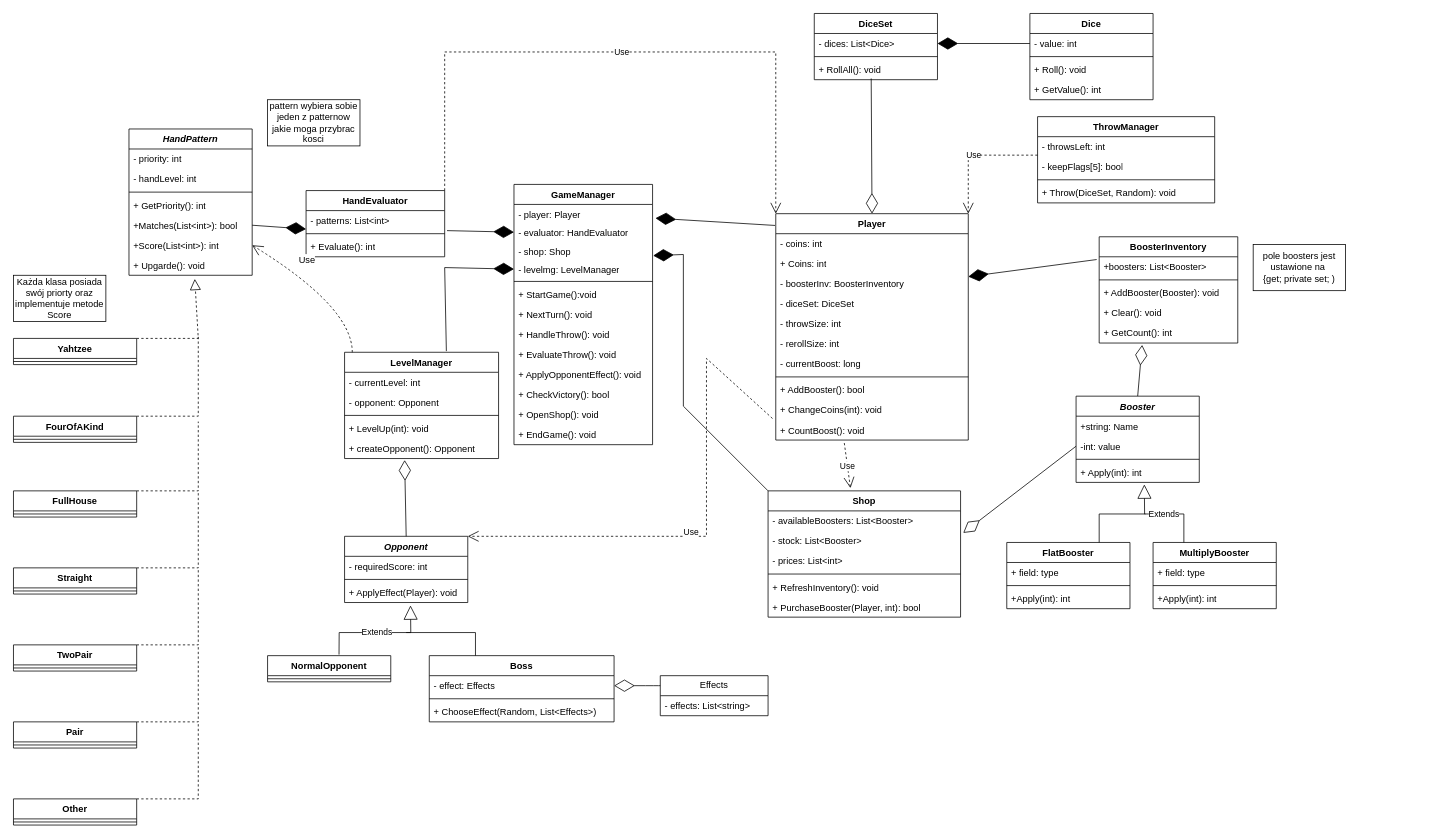
The draw.io diagram DiceGame.drawio in kcprlal/DiceGame, before the edit. Source tidied: cells renumbered, new cells numbered last; positions are measured from the earlier drawing's top-left corner, leaving out a move shared by most shapes. Both pictures are drawn from the tidied source at 77%, with x=0, y=0 at pixel (13, 13).
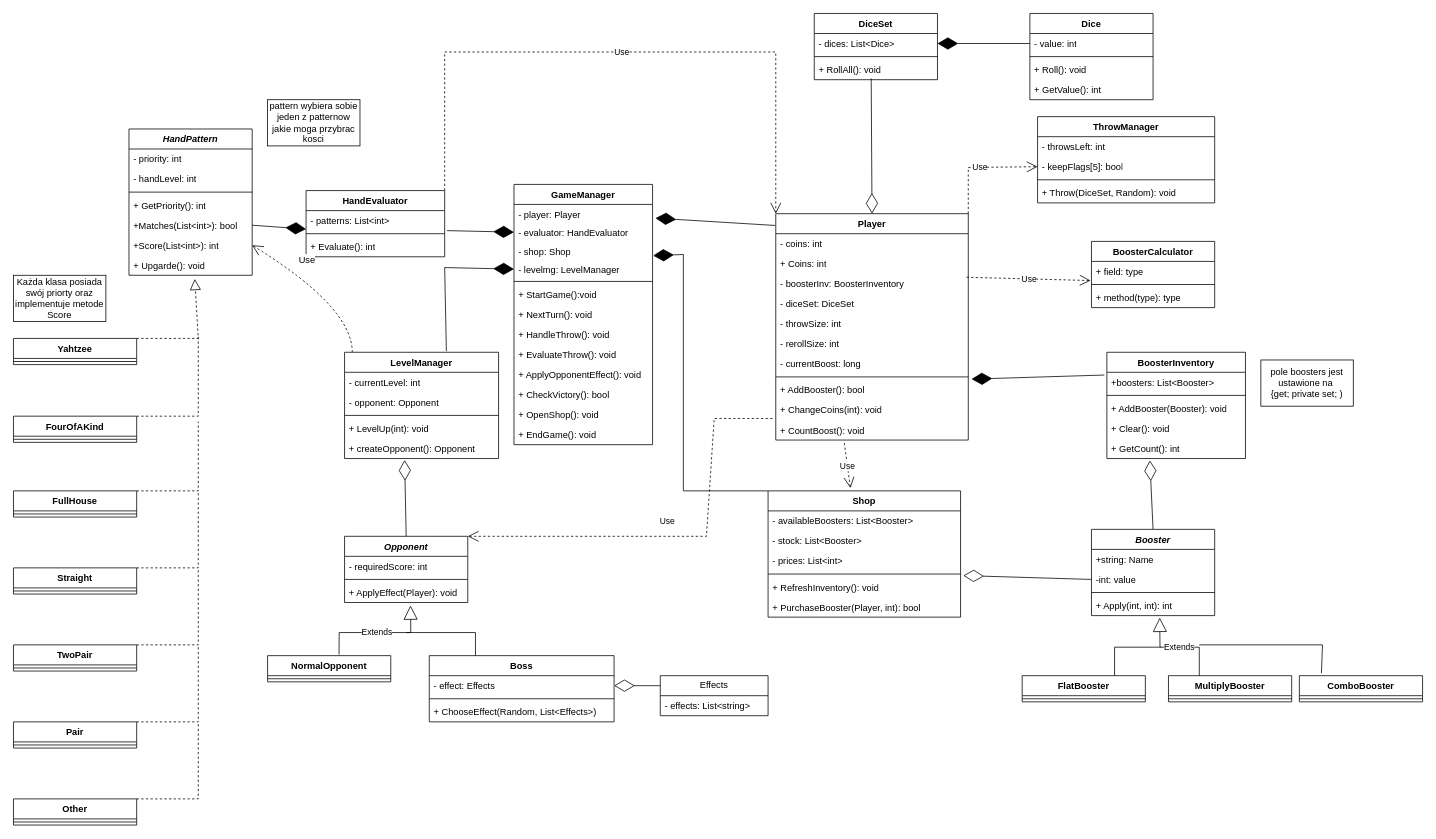
Above is the later version.

The change refers to these unchanged cells:
```xml
<mxCell id="5" value="- shop: Shop" style="text;strokeColor=none;fillColor=none;align=left;verticalAlign=top;spacingLeft=4;spacingRight=4;overflow=hidden;points=[[0,0.5],[1,0.5]];portConstraint=eastwest;whiteSpace=wrap;html=1;" parent="2" vertex="1">
  <mxGeometry y="74" width="180" height="24" as="geometry" />
</mxCell>
<mxCell id="16" value="Player" style="swimlane;fontStyle=1;align=center;verticalAlign=top;horizontal=1;startSize=26;whiteSpace=wrap;html=1;" parent="1" vertex="1">
  <mxGeometry x="990" y="260" width="250" height="294" as="geometry" />
</mxCell>
<mxCell id="19" value="- boosterInv: BoosterInventory" style="text;strokeColor=none;fillColor=none;align=left;verticalAlign=top;spacingLeft=4;spacingRight=4;overflow=hidden;points=[[0,0.5],[1,0.5]];portConstraint=eastwest;whiteSpace=wrap;html=1;" parent="16" vertex="1">
  <mxGeometry y="78" width="250" height="26" as="geometry" />
</mxCell>
<mxCell id="25" value="+ AddBooster(): bool" style="text;strokeColor=none;fillColor=none;align=left;verticalAlign=top;spacingLeft=4;spacingRight=4;overflow=hidden;points=[[0,0.5],[1,0.5]];portConstraint=eastwest;whiteSpace=wrap;html=1;" parent="16" vertex="1">
  <mxGeometry y="216" width="250" height="26" as="geometry" />
</mxCell>
<mxCell id="27" value="+ CountBoost(): void" style="text;strokeColor=none;fillColor=none;align=left;verticalAlign=top;spacingLeft=4;spacingRight=4;overflow=hidden;points=[[0,0.5],[1,0.5]];portConstraint=eastwest;whiteSpace=wrap;html=1;" parent="16" vertex="1">
  <mxGeometry y="268" width="250" height="26" as="geometry" />
</mxCell>
<mxCell id="30" value="+boosters: List&amp;lt;Booster&amp;gt;" style="text;strokeColor=none;fillColor=none;align=left;verticalAlign=top;spacingLeft=4;spacingRight=4;overflow=hidden;points=[[0,0.5],[1,0.5]];portConstraint=eastwest;whiteSpace=wrap;html=1;" parent="29" vertex="1">
  <mxGeometry y="26" width="180" height="26" as="geometry" />
</mxCell>
<mxCell id="38" value="-int: value" style="text;strokeColor=none;fillColor=none;align=left;verticalAlign=top;spacingLeft=4;spacingRight=4;overflow=hidden;points=[[0,0.5],[1,0.5]];portConstraint=eastwest;whiteSpace=wrap;html=1;" parent="36" vertex="1">
  <mxGeometry y="52" width="160" height="26" as="geometry" />
</mxCell>
<mxCell id="50" value="Shop" style="swimlane;fontStyle=1;align=center;verticalAlign=top;horizontal=1;startSize=26;whiteSpace=wrap;html=1;" parent="1" vertex="1">
  <mxGeometry x="980" y="620" width="250" height="164" as="geometry" />
</mxCell>
<mxCell id="51" value="- availableBoosters: List&amp;lt;Booster&amp;gt;" style="text;strokeColor=none;fillColor=none;align=left;verticalAlign=top;spacingLeft=4;spacingRight=4;overflow=hidden;points=[[0,0.5],[1,0.5]];portConstraint=eastwest;whiteSpace=wrap;html=1;" parent="50" vertex="1">
  <mxGeometry y="26" width="250" height="26" as="geometry" />
</mxCell>
<mxCell id="55" value="+ RefreshInventory(): void" style="text;strokeColor=none;fillColor=none;align=left;verticalAlign=top;spacingLeft=4;spacingRight=4;overflow=hidden;points=[[0,0.5],[1,0.5]];portConstraint=eastwest;whiteSpace=wrap;html=1;" parent="50" vertex="1">
  <mxGeometry y="112" width="250" height="26" as="geometry" />
</mxCell>
<mxCell id="101" value="&lt;i&gt;Opponent&lt;/i&gt;" style="swimlane;fontStyle=1;align=center;verticalAlign=top;horizontal=1;startSize=26;whiteSpace=wrap;html=1;" parent="1" vertex="1">
  <mxGeometry x="430" y="679" width="160" height="86" as="geometry" />
</mxCell>
<mxCell id="126" value="ThrowManager" style="swimlane;fontStyle=1;align=center;verticalAlign=top;horizontal=1;startSize=26;whiteSpace=wrap;html=1;" parent="1" vertex="1">
  <mxGeometry x="1330" y="134" width="230" height="112" as="geometry" />
</mxCell>
<mxCell id="128" value="- keepFlags[5]: bool" style="text;strokeColor=none;fillColor=none;align=left;verticalAlign=top;spacingLeft=4;spacingRight=4;overflow=hidden;points=[[0,0.5],[1,0.5]];portConstraint=eastwest;whiteSpace=wrap;html=1;" parent="126" vertex="1">
  <mxGeometry y="52" width="230" height="26" as="geometry" />
</mxCell>
```

Change to the diagram source:
```diff
@@
     <mxCell id="29" value="BoosterInventory" style="swimlane;fontStyle=1;align=center;verticalAlign=top;horizontal=1;startSize=26;whiteSpace=wrap;html=1;" parent="1" vertex="1">
-      <mxGeometry x="1410" y="290" width="180" height="138" as="geometry" />
+      <mxGeometry x="1420" y="440" width="180" height="138" as="geometry" />
     </mxCell>
@@
     <mxCell id="36" value="&lt;i&gt;Booster&lt;/i&gt;" style="swimlane;fontStyle=1;align=center;verticalAlign=top;horizontal=1;startSize=26;whiteSpace=wrap;html=1;" parent="1" vertex="1">
-      <mxGeometry x="1380" y="497" width="160" height="112" as="geometry" />
+      <mxGeometry x="1400" y="670" width="160" height="112" as="geometry" />
     </mxCell>
@@
-    <mxCell id="40" value="+ Apply(int): int" style="text;strokeColor=none;fillColor=none;align=left;verticalAlign=top;spacingLeft=4;spacingRight=4;overflow=hidden;points=[[0,0.5],[1,0.5]];portConstraint=eastwest;whiteSpace=wrap;html=1;" parent="36" vertex="1">
+    <mxCell id="40" value="+ Apply(int, int): int" style="text;strokeColor=none;fillColor=none;align=left;verticalAlign=top;spacingLeft=4;spacingRight=4;overflow=hidden;points=[[0,0.5],[1,0.5]];portConstraint=eastwest;whiteSpace=wrap;html=1;" parent="36" vertex="1">
       <mxGeometry y="86" width="160" height="26" as="geometry" />
     </mxCell>
     <mxCell id="41" value="FlatBooster" style="swimlane;fontStyle=1;align=center;verticalAlign=top;horizontal=1;startSize=26;whiteSpace=wrap;html=1;" parent="1" vertex="1">
-      <mxGeometry x="1290" y="687" width="160" height="86" as="geometry" />
+      <mxGeometry x="1310" y="860" width="160" height="34" as="geometry" />
     </mxCell>
-    <mxCell id="42" value="+ field: type" style="text;strokeColor=none;fillColor=none;align=left;verticalAlign=top;spacingLeft=4;spacingRight=4;overflow=hidden;whiteSpace=wrap;html=1;" parent="41" vertex="1">
-      <mxGeometry y="26" width="160" height="26" as="geometry" />
-    </mxCell>
     <mxCell id="43" style="line;strokeWidth=1;fillColor=none;align=left;verticalAlign=middle;spacingTop=-1;spacingLeft=3;spacingRight=3;labelPosition=right;strokeColor=inherit;" parent="41" vertex="1">
-      <mxGeometry y="52" width="160" height="8" as="geometry" />
+      <mxGeometry y="26" width="160" height="8" as="geometry" />
     </mxCell>
-    <mxCell id="44" value="+Apply(int): int" style="text;strokeColor=none;fillColor=none;align=left;verticalAlign=top;spacingLeft=4;spacingRight=4;overflow=hidden;whiteSpace=wrap;html=1;" parent="41" vertex="1">
-      <mxGeometry y="60" width="160" height="26" as="geometry" />
-    </mxCell>
     <mxCell id="45" value="MultiplyBooster" style="swimlane;fontStyle=1;align=center;verticalAlign=top;horizontal=1;startSize=26;whiteSpace=wrap;html=1;" parent="1" vertex="1">
-      <mxGeometry x="1480" y="687" width="160" height="86" as="geometry" />
+      <mxGeometry x="1500" y="860" width="160" height="34" as="geometry" />
     </mxCell>
-    <mxCell id="46" value="+ field: type" style="text;strokeColor=none;fillColor=none;align=left;verticalAlign=top;spacingLeft=4;spacingRight=4;overflow=hidden;whiteSpace=wrap;html=1;" parent="45" vertex="1">
-      <mxGeometry y="26" width="160" height="26" as="geometry" />
-    </mxCell>
     <mxCell id="47" style="line;strokeWidth=1;fillColor=none;align=left;verticalAlign=middle;spacingTop=-1;spacingLeft=3;spacingRight=3;labelPosition=right;strokeColor=inherit;" parent="45" vertex="1">
-      <mxGeometry y="52" width="160" height="8" as="geometry" />
+      <mxGeometry y="26" width="160" height="8" as="geometry" />
     </mxCell>
-    <mxCell id="48" value="+Apply(int): int" style="text;strokeColor=none;fillColor=none;align=left;verticalAlign=top;spacingLeft=4;spacingRight=4;overflow=hidden;whiteSpace=wrap;html=1;" parent="45" vertex="1">
-      <mxGeometry y="60" width="160" height="26" as="geometry" />
-    </mxCell>
     <mxCell id="49" value="Extends" style="endArrow=block;endSize=16;endFill=0;html=1;rounded=0;entryX=0.554;entryY=1.1;entryDx=0;entryDy=0;entryPerimeter=0;exitX=0.25;exitY=0;exitDx=0;exitDy=0;" parent="1" edge="1" source="45" target="40">
       <mxGeometry relative="1" as="geometry">
         <Array as="points">
-          <mxPoint x="1520" y="650" />
-          <mxPoint x="1469" y="650" />
+          <mxPoint x="1540" y="823" />
+          <mxPoint x="1489" y="823" />
         </Array>
       </mxGeometry>
     </mxCell>
@@
     <mxCell id="57" style="endArrow=diamondThin;endFill=1;endSize=24;html=1;rounded=0;exitX=0;exitY=0;exitDx=0;exitDy=0;entryX=1.004;entryY=0.771;entryDx=0;entryDy=0;entryPerimeter=0;" parent="1" edge="1" source="50" target="5">
       <mxGeometry relative="1" as="geometry">
         <Array as="points">
-          <mxPoint x="870" y="510" />
+          <mxPoint x="870" y="620" />
           <mxPoint x="870" y="313" />
         </Array>
       </mxGeometry>
     </mxCell>
@@
-    <mxCell id="59" style="endArrow=diamondThin;endFill=0;endSize=24;html=1;rounded=0;exitX=0;exitY=0.5;exitDx=0;exitDy=0;entryX=1.014;entryY=1.099;entryDx=0;entryDy=0;entryPerimeter=0;" parent="1" edge="1" source="38" target="51">
+    <mxCell id="59" style="endArrow=diamondThin;endFill=0;endSize=24;html=1;rounded=0;exitX=0;exitY=0.5;exitDx=0;exitDy=0;entryX=1.014;entryY=-0.077;entryDx=0;entryDy=0;entryPerimeter=0;" parent="1" edge="1" source="38" target="55">
       <mxGeometry relative="1" as="geometry" />
     </mxCell>
@@
     <mxCell id="105" style="endArrow=none;html=1;rounded=0;exitX=0.75;exitY=0;exitDx=0;exitDy=0;" parent="1" edge="1" source="41">
       <mxGeometry relative="1" as="geometry">
-        <mxPoint x="1470" y="650" as="targetPoint" />
+        <mxPoint x="1490" y="823" as="targetPoint" />
         <Array as="points">
-          <mxPoint x="1410" y="650" />
+          <mxPoint x="1430" y="823" />
         </Array>
       </mxGeometry>
     </mxCell>
@@
-    <mxCell id="129" value="Use" style="endArrow=open;endSize=12;dashed=1;html=1;rounded=0;entryX=1;entryY=0;entryDx=0;entryDy=0;" parent="126" edge="1" target="16">
-      <mxGeometry relative="1" as="geometry">
-        <mxPoint y="50" as="sourcePoint" />
-        <Array as="points">
-          <mxPoint x="-90" y="50" />
-        </Array>
-      </mxGeometry>
-    </mxCell>
@@
-    <mxCell id="132" style="endArrow=diamondThin;endFill=1;endSize=24;html=1;rounded=0;exitX=-0.018;exitY=0.137;exitDx=0;exitDy=0;entryX=1;entryY=0.145;entryDx=0;entryDy=0;entryPerimeter=0;exitPerimeter=0;" parent="1" edge="1" source="30" target="19">
+    <mxCell id="132" style="endArrow=diamondThin;endFill=1;endSize=24;html=1;rounded=0;exitX=-0.018;exitY=0.137;exitDx=0;exitDy=0;entryX=1.017;entryY=-0.044;entryDx=0;entryDy=0;entryPerimeter=0;exitPerimeter=0;" parent="1" edge="1" source="30" target="25">
       <mxGeometry relative="1" as="geometry" />
     </mxCell>
@@
     <mxCell id="138" value="Use" style="endArrow=open;endSize=12;dashed=1;html=1;rounded=0;exitX=-0.017;exitY=-0.077;exitDx=0;exitDy=0;entryX=1;entryY=0;entryDx=0;entryDy=0;exitPerimeter=0;" parent="1" edge="1" source="27" target="101">
       <mxGeometry x="0.04" y="-20" relative="1" as="geometry">
         <Array as="points">
-          <mxPoint x="900" y="448" />
+          <mxPoint x="910" y="526" />
           <mxPoint x="900" y="679" />
         </Array>
       </mxGeometry>
     </mxCell>
@@
     <mxCell id="142" value="pole boosters jest ustawione na&amp;nbsp;&lt;div&gt;{get; private set; )&lt;/div&gt;" style="rounded=0;whiteSpace=wrap;html=1;" parent="1" vertex="1">
-      <mxGeometry x="1610" y="300" width="120" height="60" as="geometry" />
+      <mxGeometry x="1620" y="450" width="120" height="60" as="geometry" />
     </mxCell>
+    <mxCell id="143" value="BoosterCalculator" style="swimlane;fontStyle=1;align=center;verticalAlign=top;horizontal=1;startSize=26;whiteSpace=wrap;html=1;" parent="1" vertex="1">
+      <mxGeometry x="1400" y="296" width="160" height="86" as="geometry" />
+    </mxCell>
+    <mxCell id="144" value="+ field: type" style="text;strokeColor=none;fillColor=none;align=left;verticalAlign=top;spacingLeft=4;spacingRight=4;overflow=hidden;points=[[0,0.5],[1,0.5]];portConstraint=eastwest;whiteSpace=wrap;html=1;" parent="143" vertex="1">
+      <mxGeometry y="26" width="160" height="26" as="geometry" />
+    </mxCell>
+    <mxCell id="145" style="line;strokeWidth=1;fillColor=none;align=left;verticalAlign=middle;spacingTop=-1;spacingLeft=3;spacingRight=3;labelPosition=right;strokeColor=inherit;" parent="143" vertex="1">
+      <mxGeometry y="52" width="160" height="8" as="geometry" />
+    </mxCell>
+    <mxCell id="146" value="+ method(type): type" style="text;strokeColor=none;fillColor=none;align=left;verticalAlign=top;spacingLeft=4;spacingRight=4;overflow=hidden;whiteSpace=wrap;html=1;" parent="143" vertex="1">
+      <mxGeometry y="60" width="160" height="26" as="geometry" />
+    </mxCell>
+    <mxCell id="147" value="Use" style="endArrow=open;endSize=12;dashed=1;html=1;rounded=0;exitX=0.991;exitY=0.177;exitDx=0;exitDy=0;exitPerimeter=0;entryX=-0.007;entryY=0.956;entryDx=0;entryDy=0;entryPerimeter=0;" parent="1" edge="1" source="19" target="144">
+      <mxGeometry relative="1" as="geometry" />
+    </mxCell>
+    <mxCell id="148" value="Use" style="endArrow=open;endSize=12;dashed=1;html=1;rounded=0;exitX=1;exitY=0;exitDx=0;exitDy=0;entryX=0;entryY=0.5;entryDx=0;entryDy=0;" parent="1" edge="1" source="16" target="128">
+      <mxGeometry relative="1" as="geometry">
+        <Array as="points">
+          <mxPoint x="1240" y="200" />
+        </Array>
+      </mxGeometry>
+    </mxCell>
+    <mxCell id="149" value="ComboBooster" style="swimlane;fontStyle=1;align=center;verticalAlign=top;horizontal=1;startSize=26;whiteSpace=wrap;html=1;" parent="1" vertex="1">
+      <mxGeometry x="1670" y="860" width="160" height="34" as="geometry" />
+    </mxCell>
+    <mxCell id="150" style="line;strokeWidth=1;fillColor=none;align=left;verticalAlign=middle;spacingTop=-1;spacingLeft=3;spacingRight=3;labelPosition=right;strokeColor=inherit;" parent="149" vertex="1">
+      <mxGeometry y="26" width="160" height="8" as="geometry" />
+    </mxCell>
+    <mxCell id="151" style="endArrow=none;html=1;rounded=0;exitX=0.179;exitY=-0.096;exitDx=0;exitDy=0;exitPerimeter=0;" parent="1" edge="1" source="149">
+      <mxGeometry relative="1" as="geometry">
+        <mxPoint x="1540" y="820" as="targetPoint" />
+        <Array as="points">
+          <mxPoint x="1700" y="820" />
+        </Array>
+      </mxGeometry>
+    </mxCell>
```
